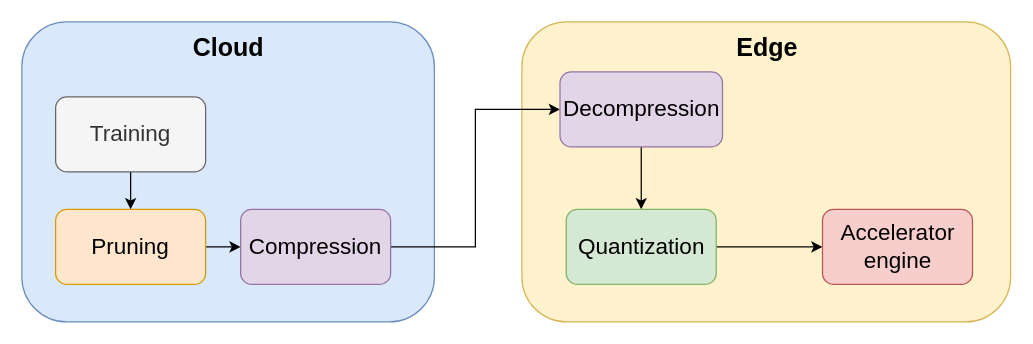
a-mruiz/TFM keeps this draw.io diagram as Document/imgs/methodology.drawio. Above is the earlier version. Source tidied: cells renumbered, new cells numbered last; positions are measured from the earlier drawing's top-left corner, leaving out a move shared by most shapes. Both pictures are drawn from the tidied source at 125%, with x=0, y=0 at pixel (21, 21).
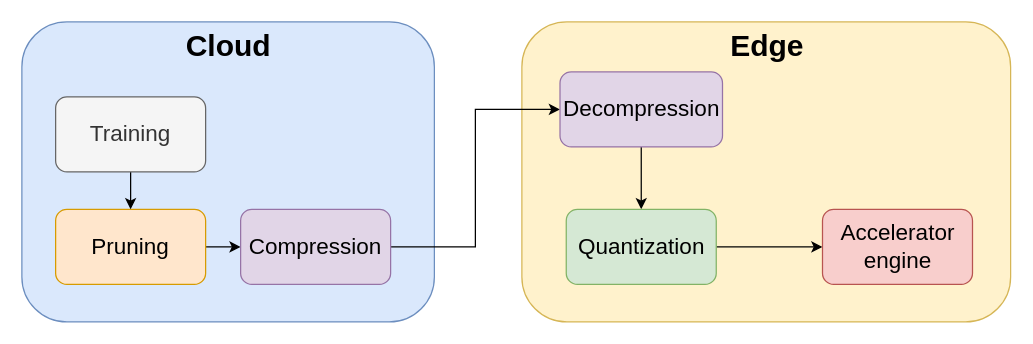
After the change.

Diff of the diagram source:
```diff
@@
 <mxGraphModel>
   <root>
     <mxCell id="0" />
     <mxCell id="1" parent="0" />
     <mxCell id="2" style="rounded=1;whiteSpace=wrap;html=1;fillColor=#dae8fc;strokeColor=#6c8ebf;" parent="1" vertex="1">
       <mxGeometry width="330" height="240" as="geometry" />
     </mxCell>
     <mxCell id="3" style="edgeStyle=orthogonalEdgeStyle;rounded=0;jettySize=auto;html=1;fontSize=18;" parent="1" edge="1" source="4" target="9">
       <mxGeometry relative="1" as="geometry" />
     </mxCell>
     <mxCell id="4" value="&lt;font style=&quot;font-size: 18px;&quot;&gt;Pruning&lt;/font&gt;" style="rounded=1;whiteSpace=wrap;html=1;fillColor=#ffe6cc;strokeColor=#d79b00;" parent="1" vertex="1">
       <mxGeometry x="27" y="150" width="120" height="60" as="geometry" />
     </mxCell>
     <mxCell id="5" style="rounded=1;whiteSpace=wrap;html=1;fillColor=#fff2cc;strokeColor=#d6b656;" parent="1" vertex="1">
       <mxGeometry x="400" width="391" height="240" as="geometry" />
     </mxCell>
-    <mxCell id="6" value="&lt;font style=&quot;font-size: 20px;&quot;&gt;&lt;b&gt;Cloud&lt;/b&gt;&lt;/font&gt;" style="text;html=1;align=center;verticalAlign=middle;strokeColor=none;fillColor=none;" parent="1" vertex="1">
-      <mxGeometry x="130" y="10" width="70" height="20" as="geometry" />
+    <mxCell id="6" value="&lt;font size=&quot;1&quot; style=&quot;&quot;&gt;&lt;b style=&quot;font-size: 24px;&quot;&gt;Cloud&lt;/b&gt;&lt;/font&gt;" style="text;html=1;align=center;verticalAlign=middle;strokeColor=none;fillColor=none;" parent="1" vertex="1">
+      <mxGeometry x="125" y="10" width="80" height="20" as="geometry" />
     </mxCell>
-    <mxCell id="7" value="&lt;font style=&quot;font-size: 20px;&quot;&gt;&lt;b&gt;Edge&lt;/b&gt;&lt;/font&gt;" style="text;html=1;align=center;verticalAlign=middle;strokeColor=none;fillColor=none;" parent="1" vertex="1">
-      <mxGeometry x="565.5" y="10" width="60" height="20" as="geometry" />
+    <mxCell id="7" value="&lt;font size=&quot;1&quot; style=&quot;&quot;&gt;&lt;b style=&quot;font-size: 24px;&quot;&gt;Edge&lt;/b&gt;&lt;/font&gt;" style="text;html=1;align=center;verticalAlign=middle;strokeColor=none;fillColor=none;" parent="1" vertex="1">
+      <mxGeometry x="560.5" y="10" width="70" height="20" as="geometry" />
     </mxCell>
     <mxCell id="8" style="edgeStyle=orthogonalEdgeStyle;rounded=0;jettySize=auto;html=1;entryX=0;entryY=0.5;entryDx=0;entryDy=0;fontSize=18;" parent="1" edge="1" source="9" target="13">
       <mxGeometry relative="1" as="geometry" />
     </mxCell>
     <mxCell id="9" value="&lt;font style=&quot;font-size: 18px;&quot;&gt;Compression&lt;/font&gt;" style="rounded=1;whiteSpace=wrap;html=1;fillColor=#e1d5e7;strokeColor=#9673a6;" parent="1" vertex="1">
       <mxGeometry x="175" y="150" width="120" height="60" as="geometry" />
     </mxCell>
     <mxCell id="10" style="edgeStyle=orthogonalEdgeStyle;rounded=0;jettySize=auto;html=1;entryX=0.5;entryY=0;entryDx=0;entryDy=0;fontSize=18;" parent="1" edge="1" source="11" target="4">
       <mxGeometry relative="1" as="geometry" />
     </mxCell>
     <mxCell id="11" value="&lt;font style=&quot;font-size: 18px;&quot;&gt;Training&lt;/font&gt;" style="rounded=1;whiteSpace=wrap;html=1;fillColor=#f5f5f5;fontColor=#333333;strokeColor=#666666;" parent="1" vertex="1">
       <mxGeometry x="27" y="60" width="120" height="60" as="geometry" />
     </mxCell>
     <mxCell id="12" style="edgeStyle=orthogonalEdgeStyle;rounded=0;jettySize=auto;html=1;entryX=0.5;entryY=0;entryDx=0;entryDy=0;fontSize=18;" parent="1" edge="1" source="13" target="15">
       <mxGeometry relative="1" as="geometry" />
     </mxCell>
     <mxCell id="13" value="&lt;font style=&quot;font-size: 18px;&quot;&gt;Decompression&lt;/font&gt;" style="rounded=1;whiteSpace=wrap;html=1;fillColor=#e1d5e7;strokeColor=#9673a6;" parent="1" vertex="1">
       <mxGeometry x="430.5" y="40" width="130" height="60" as="geometry" />
     </mxCell>
     <mxCell id="14" style="edgeStyle=orthogonalEdgeStyle;rounded=0;jettySize=auto;html=1;fontSize=18;" parent="1" edge="1" source="15" target="16">
       <mxGeometry relative="1" as="geometry" />
     </mxCell>
     <mxCell id="15" value="&lt;font style=&quot;font-size: 18px;&quot;&gt;Quantization&lt;/font&gt;" style="rounded=1;whiteSpace=wrap;html=1;fillColor=#d5e8d4;strokeColor=#82b366;" parent="1" vertex="1">
       <mxGeometry x="435.5" y="150" width="120" height="60" as="geometry" />
     </mxCell>
     <mxCell id="16" value="&lt;font style=&quot;font-size: 18px;&quot;&gt;Accelerator&lt;br&gt;engine&lt;br&gt;&lt;/font&gt;" style="rounded=1;whiteSpace=wrap;html=1;fillColor=#f8cecc;strokeColor=#b85450;" parent="1" vertex="1">
       <mxGeometry x="640.5" y="150" width="120" height="60" as="geometry" />
     </mxCell>
   </root>
 </mxGraphModel>
```
